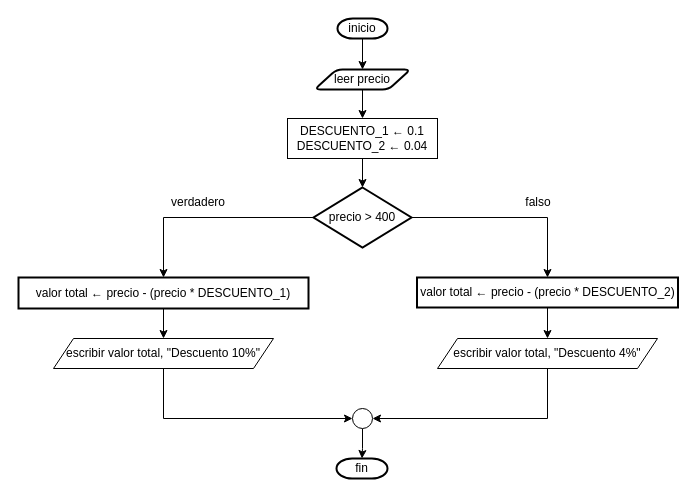
Before: page "Page-1" (1 of 2) of Untitled Diagram.drawio in ShanderGonzalez/Diagrama-de-flujo, a draw.io diagram. Source tidied: cells renumbered, new cells numbered last; positions are measured from the earlier drawing's top-left corner, leaving out a move shared by most shapes. Both pictures are drawn from the tidied source at 100%, with x=0, y=0 at pixel (18, 18).
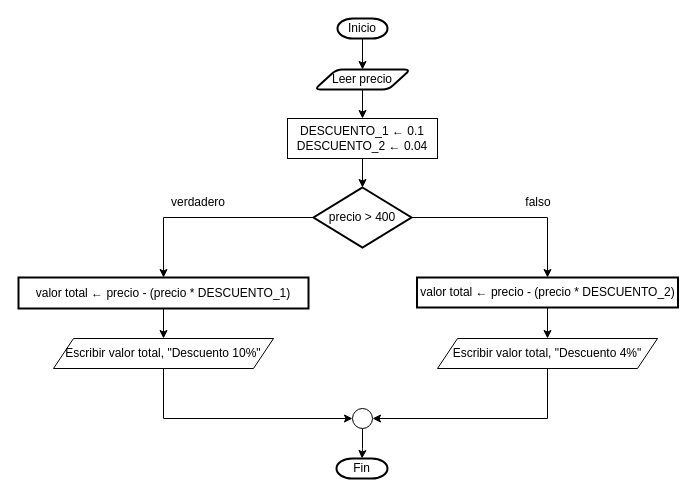
The same diagram, later.

What changed in the source:
```diff
@@
-    <mxCell id="3" value="inicio" style="strokeWidth=2;html=1;shape=mxgraph.flowchart.terminator;whiteSpace=wrap;" parent="1" vertex="1">
+    <mxCell id="3" value="Inicio" style="strokeWidth=2;html=1;shape=mxgraph.flowchart.terminator;whiteSpace=wrap;" parent="1" vertex="1">
       <mxGeometry x="319" width="50" height="20" as="geometry" />
     </mxCell>
@@
-    <mxCell id="5" value="leer precio" style="shape=parallelogram;html=1;strokeWidth=2;perimeter=parallelogramPerimeter;whiteSpace=wrap;rounded=1;arcSize=12;size=0.23;" parent="1" vertex="1">
+    <mxCell id="5" value="Leer precio" style="shape=parallelogram;html=1;strokeWidth=2;perimeter=parallelogramPerimeter;whiteSpace=wrap;rounded=1;arcSize=12;size=0.23;" parent="1" vertex="1">
       <mxGeometry x="296" y="51" width="96" height="20" as="geometry" />
     </mxCell>
@@
-    <mxCell id="16" value="escribir valor total, &quot;Descuento 10%&quot;" style="shape=parallelogram;perimeter=parallelogramPerimeter;whiteSpace=wrap;html=1;fixedSize=1;" parent="1" vertex="1">
+    <mxCell id="16" value="Escribir valor total, &quot;Descuento 10%&quot;" style="shape=parallelogram;perimeter=parallelogramPerimeter;whiteSpace=wrap;html=1;fixedSize=1;" parent="1" vertex="1">
       <mxGeometry x="35" y="320" width="220" height="30" as="geometry" />
     </mxCell>
@@
-    <mxCell id="20" value="escribir valor total, &quot;Descuento 4%&quot;" style="shape=parallelogram;perimeter=parallelogramPerimeter;whiteSpace=wrap;html=1;fixedSize=1;" parent="1" vertex="1">
+    <mxCell id="20" value="Escribir valor total, &quot;Descuento 4%&quot;" style="shape=parallelogram;perimeter=parallelogramPerimeter;whiteSpace=wrap;html=1;fixedSize=1;" parent="1" vertex="1">
       <mxGeometry x="419" y="320" width="220" height="30" as="geometry" />
     </mxCell>
@@
-    <mxCell id="23" value="fin" style="strokeWidth=2;html=1;shape=mxgraph.flowchart.terminator;whiteSpace=wrap;" parent="1" vertex="1">
+    <mxCell id="23" value="Fin" style="strokeWidth=2;html=1;shape=mxgraph.flowchart.terminator;whiteSpace=wrap;" parent="1" vertex="1">
       <mxGeometry x="318" y="440" width="51" height="20" as="geometry" />
     </mxCell>
```
